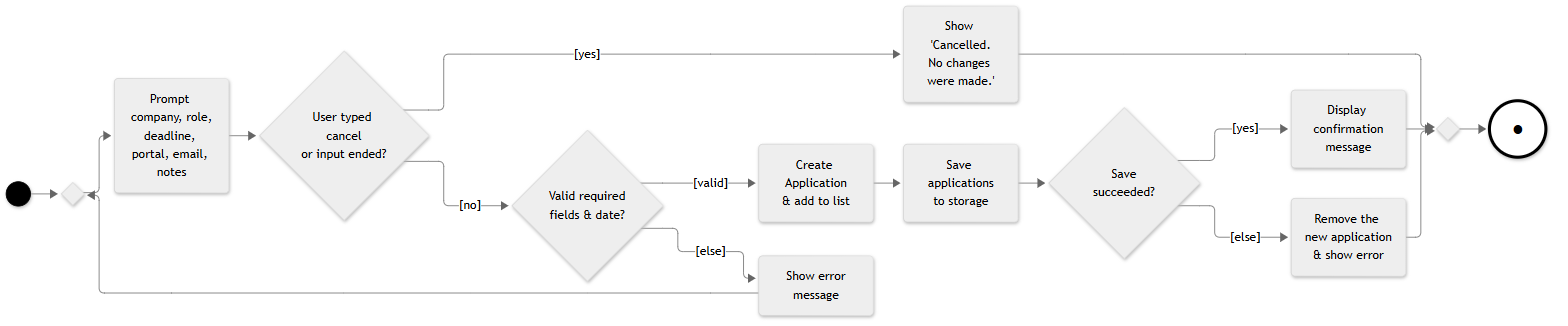
AY2627S1-CS2113-T10-2/tp keeps this Mermaid diagram as docs/diagrams/add-application-activity.png. Above is the earlier version. Its source is kept beside it as docs/diagrams/sources/add-application-activity.mmd.
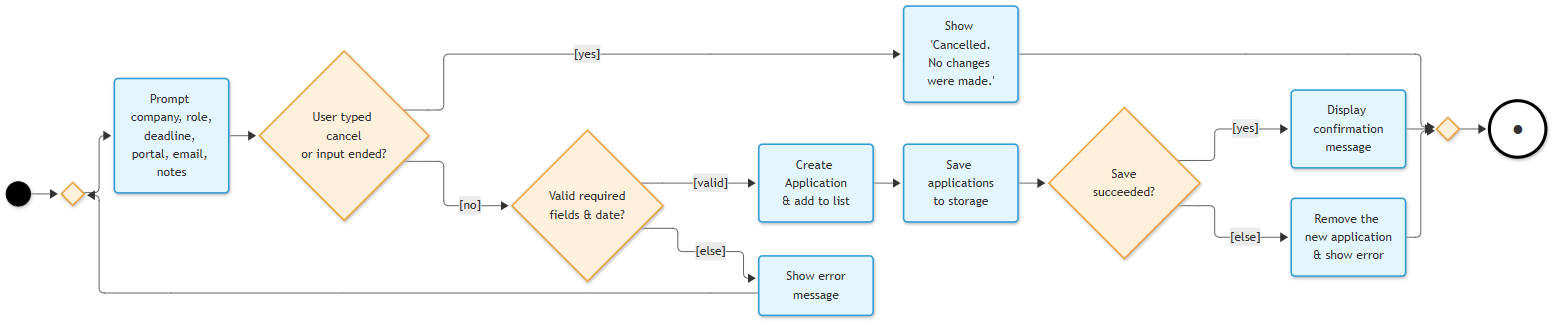
Later version of the same file.

The edit, as a diff of the source:
```diff
@@ -1,20 +1,22 @@
-%%{init: {'theme': 'neutral'}}%%
+%%{init: {'theme': 'default'}}%%
 flowchart LR
-    Start(( )):::start --> MergePrompt{ }
-    MergePrompt --> Prompt("Prompt company, role,<br/>deadline, portal, email, notes")
-    Prompt --> Cancelled{"User typed cancel<br/>or input ended?"}
-    Cancelled -->|"[yes]"| ShowCancel("Show 'Cancelled.<br/>No changes were made.'")
-    Cancelled -->|"[no]"| Validate{"Valid required<br/>fields & date?"}
-    Validate -->|"[valid]"| Create("Create Application<br/>& add to list")
-    Validate -->|"[else]"| ShowErr("Show error<br/>message")
+    Start(( )):::start --> MergePrompt{ }:::decision
+    MergePrompt --> Prompt("Prompt company, role,<br/>deadline, portal, email, notes"):::action
+    Prompt --> Cancelled{"User typed cancel<br/>or input ended?"}:::decision
+    Cancelled -->|"[yes]"| ShowCancel("Show 'Cancelled.<br/>No changes were made.'"):::action
+    Cancelled -->|"[no]"| Validate{"Valid required<br/>fields & date?"}:::decision
+    Validate -->|"[valid]"| Create("Create Application<br/>& add to list"):::action
+    Validate -->|"[else]"| ShowErr("Show error<br/>message"):::action
     ShowErr --> MergePrompt
-    Create --> Save("Save applications<br/>to storage")
-    Save --> Saved{"Save<br/>succeeded?"}
-    Saved -->|"[yes]"| Show("Display confirmation<br/>message")
-    Saved -->|"[else]"| Rollback("Remove the new application<br/>& show error")
-    Show --> MergeEnd{ }
+    Create --> Save("Save applications<br/>to storage"):::action
+    Save --> Saved{"Save<br/>succeeded?"}:::decision
+    Saved -->|"[yes]"| Show("Display confirmation<br/>message"):::action
+    Saved -->|"[else]"| Rollback("Remove the new application<br/>& show error"):::action
+    Show --> MergeEnd{ }:::decision
     Rollback --> MergeEnd
     ShowCancel --> MergeEnd
     MergeEnd --> End(("●")):::finish
     classDef start fill:#000,stroke:#000
     classDef finish fill:#fff,stroke:#000,stroke-width:4px,font-size:26px
+    classDef action fill:#e3f6ff,stroke:#2b9bd8,stroke-width:2px
+    classDef decision fill:#fff0dc,stroke:#f0a03a,stroke-width:2px
```
